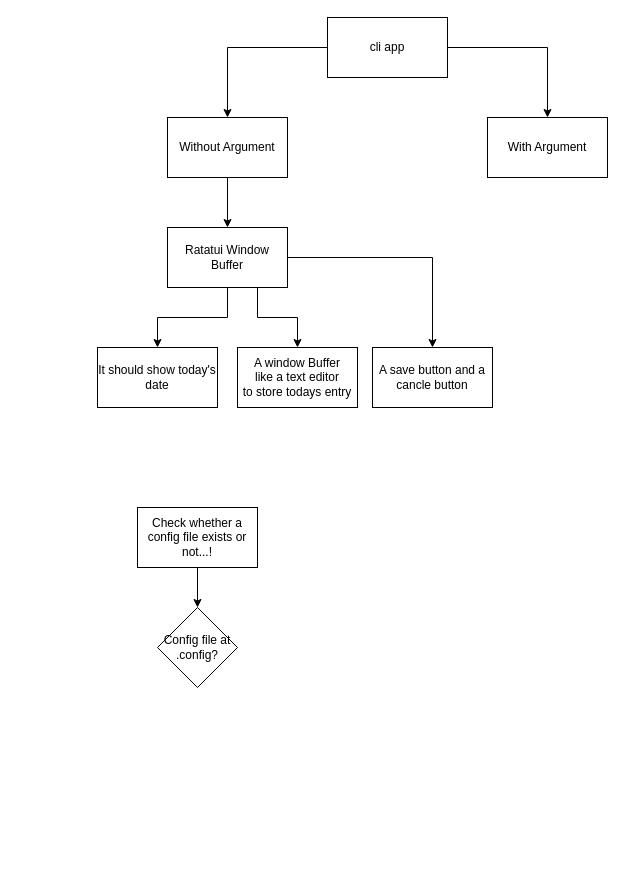
This is page "Page-2" (2 of 2) of mdm_new_design.drawio from lordofwizard/mdm, a draw.io file, before an edit. Source tidied: cells renumbered, new cells numbered last; positions are measured from the earlier drawing's top-left corner, leaving out a move shared by most shapes. Both pictures are drawn from the tidied source at 100%, with x=0, y=0 at pixel (97, 17).
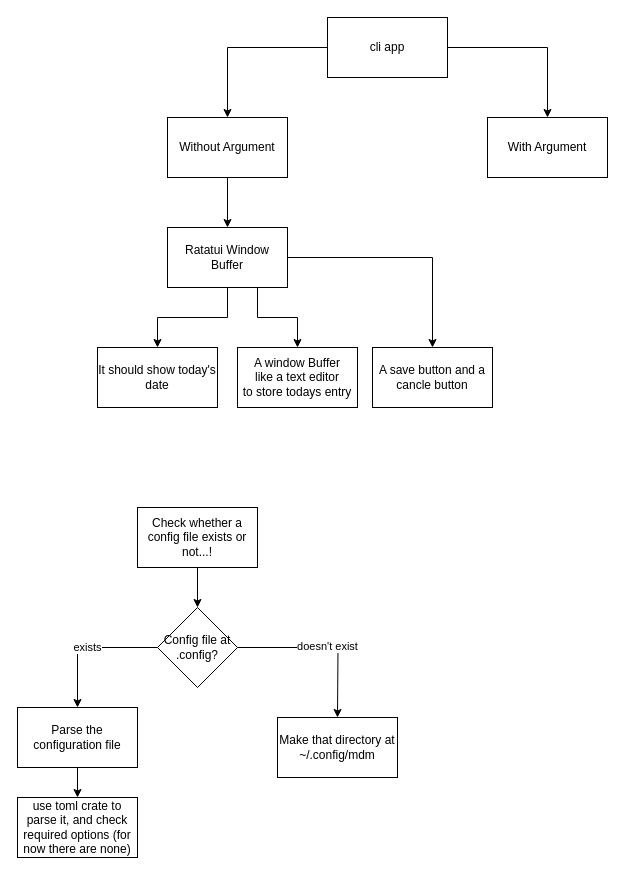
The same diagram, later.

Commit message:
toml crate check func

The change refers to these unchanged cells:
```xml
<mxCell id="17" value="Config file at&lt;br&gt;.config?" style="rhombus;whiteSpace=wrap;html=1;" parent="1" vertex="1">
  <mxGeometry x="60" y="590" width="80" height="80" as="geometry" />
</mxCell>
```

The edit, as a diff of the source:
```diff
@@
+    <mxCell id="18" value="exists" style="edgeStyle=orthogonalEdgeStyle;rounded=0;jettySize=auto;html=1;entryX=0.5;entryY=0;entryDx=0;entryDy=0;" parent="1" edge="1" source="17" target="22">
+      <mxGeometry relative="1" as="geometry" />
+    </mxCell>
+    <mxCell id="19" style="edgeStyle=orthogonalEdgeStyle;rounded=0;jettySize=auto;html=1;" parent="1" edge="1" source="17">
+      <mxGeometry relative="1" as="geometry">
+        <mxPoint x="240" y="700" as="targetPoint" />
+      </mxGeometry>
+    </mxCell>
+    <mxCell id="20" value="doesn't exist" style="edgeLabel;html=1;align=center;verticalAlign=middle;" parent="19" vertex="1">
+      <mxGeometry x="0.04" y="2" relative="1" as="geometry" />
+    </mxCell>
@@
+    <mxCell id="21" style="edgeStyle=orthogonalEdgeStyle;rounded=0;jettySize=auto;html=1;" parent="1" edge="1" source="22" target="24">
+      <mxGeometry relative="1" as="geometry" />
+    </mxCell>
+    <mxCell id="22" value="Parse the configuration file" style="whiteSpace=wrap;html=1;" parent="1" vertex="1">
+      <mxGeometry x="-80" y="690" width="120" height="60" as="geometry" />
+    </mxCell>
+    <mxCell id="23" value="Make that directory at&lt;br style=&quot;border-color: var(--border-color);&quot;&gt;~/.config/mdm" style="whiteSpace=wrap;html=1;" parent="1" vertex="1">
+      <mxGeometry x="180" y="700" width="120" height="60" as="geometry" />
+    </mxCell>
+    <mxCell id="24" value="use toml crate to parse it, and check required options (for now there are none)" style="whiteSpace=wrap;html=1;" parent="1" vertex="1">
+      <mxGeometry x="-80" y="780" width="120" height="60" as="geometry" />
+    </mxCell>
```
